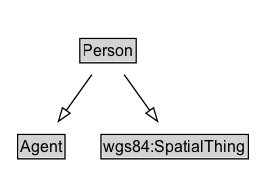
Earlier version of the Graphviz export docs/diagrams/Person.dot.png (k-vaughn/ontology-import-foaf). Its source is kept beside it as docs/diagrams/Person.dot.
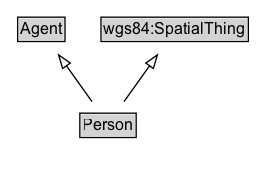
Later version of the same file.

Diff of the diagram source:
```diff
@@ -2,6 +2,11 @@
 	graph [overlap=false rankdir=TB splines=true]
 	node [fontname=Arial fontsize=12 margin=0 shape=none]
 	edge [fontname=Arial fontsize=11]
+	{
+		rank=source
+		Agent [label=<<TABLE BORDER="1" CELLBORDER="0" CELLSPACING="0" CELLPADDING="1"><TR><TD BGCOLOR="lightgray" ALIGN="CENTER">Agent</TD></TR></TABLE>> URL="../Agent" margin=0]
+		wgs84_SpatialThing [label=<<TABLE BORDER="1" CELLBORDER="0" CELLSPACING="0" CELLPADDING="1"><TR><TD BGCOLOR="lightgray" ALIGN="CENTER">wgs84:SpatialThing</TD></TR></TABLE>> URL="https://w3id.org/citydata/imported/wgs84/latest/SpatialThing" margin=0]
+	}
 	Person [label=<<TABLE BORDER="1" CELLBORDER="0" CELLSPACING="0" CELLPADDING="1"><TR><TD BGCOLOR="lightgray" ALIGN="CENTER">Person</TD></TR></TABLE>> URL="../Person" margin=0]
 	{
 		rank=max
@@ -10,8 +15,6 @@
 		label="" style=invis
 		Invis [label=<<TABLE BORDER="0" CELLBORDER="0" CELLSPACING="0" CELLPADDING="1"><TR><TD></TD></TR></TABLE>> margin=0 style=invis]
 	}
-	Agent [label=<<TABLE BORDER="1" CELLBORDER="0" CELLSPACING="0" CELLPADDING="1"><TR><TD BGCOLOR="lightgray" ALIGN="CENTER">Agent</TD></TR></TABLE>> URL="../Agent" margin=0]
 	Person -> Agent [arrowhead=onormal style=solid]
-	wgs84_SpatialThing [label=<<TABLE BORDER="1" CELLBORDER="0" CELLSPACING="0" CELLPADDING="1"><TR><TD BGCOLOR="lightgray" ALIGN="CENTER">wgs84:SpatialThing</TD></TR></TABLE>> URL="https://w3id.org/citydata/imported/wgs84/latest/SpatialThing" margin=0]
 	Person -> wgs84_SpatialThing [arrowhead=onormal style=solid]
 }
```
